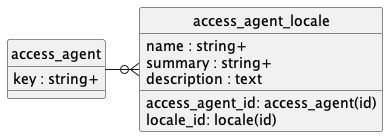
The PlantUML diagram doc/concepts/access_agent/uml.png in contactopensource/contactopensource, before a commit.
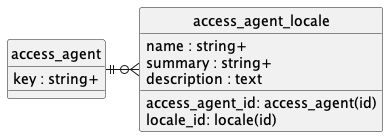
Later version of the same file.

Change to the diagram source:
```diff
@@ -15,6 +15,6 @@
     description : text
 }
 
-access_agent -r-o{ access_agent_locale
+access_agent ||-r-o{ access_agent_locale
 
 @enduml
```
